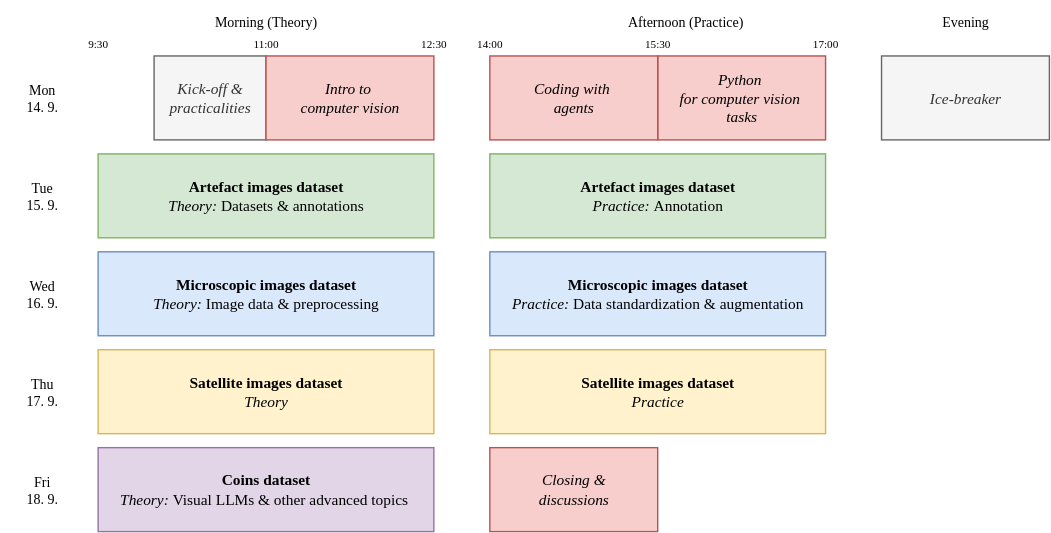
Before: figs/programme.svg, a diagram exported from draw.io (ARUP-CAS/atrium-school-ml). Source tidied: cells renumbered, new cells last; positions are measured from the earlier drawing's top-left corner, leaving out a move shared by most shapes.
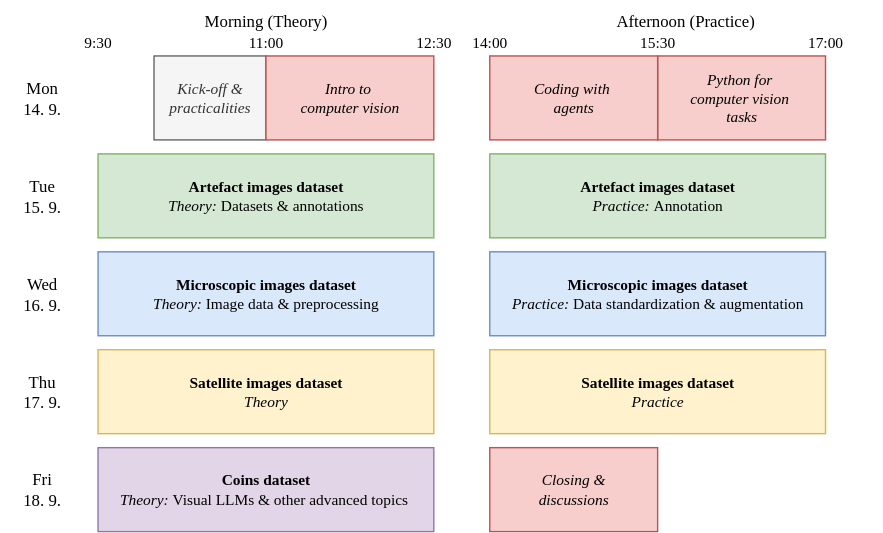
The same file after the commit.

Commit message:
Update programme, cahnge font

Change to the diagram source:
```diff
@@ -2,61 +2,55 @@
   <root>
     <mxCell id="0" />
     <mxCell id="1" parent="0" />
-    <mxCell id="2" value="Tue&lt;br style=&quot;font-size: 10px;&quot;&gt;15. 9." style="text;html=1;strokeColor=none;fillColor=none;align=center;verticalAlign=middle;whiteSpace=wrap;rounded=0;fontStyle=0;fontFamily=Alegreya sans;fontSize=10;fontSource=https%3A%2F%2Ffonts.googleapis.com%2Fcss%3Ffamily%3DAlegreya%2Bsans;" parent="1" vertex="1">
+    <mxCell id="2" value="Tue&lt;br&gt;15. 9." style="text;html=1;strokeColor=none;fillColor=none;align=center;verticalAlign=middle;whiteSpace=wrap;rounded=0;fontStyle=0;fontFamily=Alegreya sans;fontSize=12;fontSource=https%3A%2F%2Ffonts.googleapis.com%2Fcss%3Ffamily%3DAlegreya%2Bsans;" parent="1" vertex="1">
       <mxGeometry y="110" width="60" height="60" as="geometry" />
     </mxCell>
-    <mxCell id="3" value="Mon&lt;br style=&quot;font-size: 10px;&quot;&gt;14. 9." style="text;html=1;strokeColor=none;fillColor=none;align=center;verticalAlign=middle;whiteSpace=wrap;rounded=0;fontStyle=0;fontFamily=Alegreya sans;fontSize=10;fontSource=https%3A%2F%2Ffonts.googleapis.com%2Fcss%3Ffamily%3DAlegreya%2Bsans;" parent="1" vertex="1">
+    <mxCell id="3" value="Mon&lt;br&gt;14. 9." style="text;html=1;strokeColor=none;fillColor=none;align=center;verticalAlign=middle;whiteSpace=wrap;rounded=0;fontStyle=0;fontFamily=Alegreya sans;fontSize=12;fontSource=https%3A%2F%2Ffonts.googleapis.com%2Fcss%3Ffamily%3DAlegreya%2Bsans;" parent="1" vertex="1">
       <mxGeometry y="40" width="60" height="60" as="geometry" />
     </mxCell>
-    <mxCell id="4" value="Wed&lt;br style=&quot;font-size: 10px;&quot;&gt;16. 9." style="text;html=1;strokeColor=none;fillColor=none;align=center;verticalAlign=middle;whiteSpace=wrap;rounded=0;fontStyle=0;fontFamily=Alegreya sans;fontSize=10;fontSource=https%3A%2F%2Ffonts.googleapis.com%2Fcss%3Ffamily%3DAlegreya%2Bsans;" parent="1" vertex="1">
+    <mxCell id="4" value="Wed&lt;br&gt;16. 9." style="text;html=1;strokeColor=none;fillColor=none;align=center;verticalAlign=middle;whiteSpace=wrap;rounded=0;fontStyle=0;fontFamily=Alegreya sans;fontSize=12;fontSource=https%3A%2F%2Ffonts.googleapis.com%2Fcss%3Ffamily%3DAlegreya%2Bsans;" parent="1" vertex="1">
       <mxGeometry y="180" width="60" height="60" as="geometry" />
     </mxCell>
-    <mxCell id="5" value="Thu&lt;br style=&quot;font-size: 10px;&quot;&gt;17. 9." style="text;html=1;strokeColor=none;fillColor=none;align=center;verticalAlign=middle;whiteSpace=wrap;rounded=0;fontStyle=0;fontFamily=Alegreya sans;fontSize=10;fontSource=https%3A%2F%2Ffonts.googleapis.com%2Fcss%3Ffamily%3DAlegreya%2Bsans;" parent="1" vertex="1">
+    <mxCell id="5" value="Thu&lt;br&gt;17. 9." style="text;html=1;strokeColor=none;fillColor=none;align=center;verticalAlign=middle;whiteSpace=wrap;rounded=0;fontStyle=0;fontFamily=Alegreya sans;fontSize=12;fontSource=https%3A%2F%2Ffonts.googleapis.com%2Fcss%3Ffamily%3DAlegreya%2Bsans;" parent="1" vertex="1">
       <mxGeometry y="250" width="60" height="60" as="geometry" />
     </mxCell>
-    <mxCell id="6" value="Fri&lt;br style=&quot;font-size: 10px;&quot;&gt;18. 9." style="text;html=1;strokeColor=none;fillColor=none;align=center;verticalAlign=middle;whiteSpace=wrap;rounded=0;fontStyle=0;fontFamily=Alegreya sans;fontSize=10;fontSource=https%3A%2F%2Ffonts.googleapis.com%2Fcss%3Ffamily%3DAlegreya%2Bsans;" parent="1" vertex="1">
+    <mxCell id="6" value="Fri&lt;br&gt;18. 9." style="text;html=1;strokeColor=none;fillColor=none;align=center;verticalAlign=middle;whiteSpace=wrap;rounded=0;fontStyle=0;fontFamily=Alegreya sans;fontSize=12;fontSource=https%3A%2F%2Ffonts.googleapis.com%2Fcss%3Ffamily%3DAlegreya%2Bsans;" parent="1" vertex="1">
       <mxGeometry y="320" width="60" height="60" as="geometry" />
     </mxCell>
-    <mxCell id="7" value="Morning (Theory)" style="text;html=1;strokeColor=none;fillColor=none;align=center;verticalAlign=middle;whiteSpace=wrap;rounded=0;fontFamily=Alegreya sans;fontStyle=0;fontSize=10;fontSource=https%3A%2F%2Ffonts.googleapis.com%2Fcss%3Ffamily%3DAlegreya%2Bsans;" parent="1" vertex="1">
+    <mxCell id="7" value="Morning (Theory)" style="text;html=1;strokeColor=none;fillColor=none;align=center;verticalAlign=middle;whiteSpace=wrap;rounded=0;fontFamily=Alegreya sans;fontStyle=0;fontSize=12;fontSource=https%3A%2F%2Ffonts.googleapis.com%2Fcss%3Ffamily%3DAlegreya%2Bsans;" parent="1" vertex="1">
       <mxGeometry x="70" width="240" height="30" as="geometry" />
     </mxCell>
-    <mxCell id="8" value="Afternoon (Practice)" style="text;html=1;strokeColor=none;fillColor=none;align=center;verticalAlign=middle;whiteSpace=wrap;rounded=0;fontFamily=Alegreya sans;fontSize=10;fontSource=https%3A%2F%2Ffonts.googleapis.com%2Fcss%3Ffamily%3DAlegreya%2Bsans;" parent="1" vertex="1">
+    <mxCell id="8" value="Afternoon (Practice)" style="text;html=1;strokeColor=none;fillColor=none;align=center;verticalAlign=middle;whiteSpace=wrap;rounded=0;fontFamily=Alegreya sans;fontSize=12;fontSource=https%3A%2F%2Ffonts.googleapis.com%2Fcss%3Ffamily%3DAlegreya%2Bsans;" parent="1" vertex="1">
       <mxGeometry x="350" width="280" height="30" as="geometry" />
     </mxCell>
-    <mxCell id="9" value="Evening" style="text;html=1;strokeColor=none;fillColor=none;align=center;verticalAlign=middle;whiteSpace=wrap;rounded=0;fontFamily=Alegreya sans;fontSize=10;fontSource=https%3A%2F%2Ffonts.googleapis.com%2Fcss%3Ffamily%3DAlegreya%2Bsans;" parent="1" vertex="1">
-      <mxGeometry x="630" width="120" height="30" as="geometry" />
-    </mxCell>
     <mxCell id="10" value="Kick-off &amp;amp; practicalities" style="rounded=0;whiteSpace=wrap;html=1;fillColor=#f5f5f5;strokeColor=#666666;fontFamily=Alegreya sans;fontSize=11;fontColor=#333333;fontSource=https%3A%2F%2Ffonts.googleapis.com%2Fcss%3Ffamily%3DAlegreya%2Bsans;fontStyle=2;" parent="1" vertex="1">
       <mxGeometry x="110" y="40" width="80" height="60" as="geometry" />
     </mxCell>
-    <mxCell id="11" value="Ice-breaker" style="rounded=0;whiteSpace=wrap;html=1;fillColor=#f5f5f5;strokeColor=#666666;fontFamily=Alegreya sans;fontSize=11;fontColor=#333333;fontSource=https%3A%2F%2Ffonts.googleapis.com%2Fcss%3Ffamily%3DAlegreya%2Bsans;fontStyle=2;" parent="1" vertex="1">
-      <mxGeometry x="630" y="40" width="120" height="60" as="geometry" />
-    </mxCell>
     <mxCell id="12" value="Closing &amp;amp;&lt;br&gt;discussions" style="rounded=0;whiteSpace=wrap;html=1;fontFamily=Alegreya sans;fontSize=11;fillColor=#f8cecc;strokeColor=#b85450;fontSource=https%3A%2F%2Ffonts.googleapis.com%2Fcss%3Ffamily%3DAlegreya%2Bsans;fontStyle=2;" parent="1" vertex="1">
       <mxGeometry x="350" y="320" width="120" height="60" as="geometry" />
     </mxCell>
-    <mxCell id="13" value="&lt;font style=&quot;font-size: 8px;&quot;&gt;9:30&lt;/font&gt;" style="text;html=1;strokeColor=none;fillColor=none;align=center;verticalAlign=middle;whiteSpace=wrap;rounded=0;fontFamily=Alegreya sans;fontSource=https%3A%2F%2Ffonts.googleapis.com%2Fcss%3Ffamily%3DAlegreya%2Bsans;" parent="1" vertex="1">
+    <mxCell id="13" value="&lt;font&gt;9:30&lt;/font&gt;" style="text;html=1;strokeColor=none;fillColor=none;align=center;verticalAlign=middle;whiteSpace=wrap;rounded=0;fontFamily=Alegreya sans;fontSource=https%3A%2F%2Ffonts.googleapis.com%2Fcss%3Ffamily%3DAlegreya%2Bsans;fontSize=11;" parent="1" vertex="1">
       <mxGeometry x="50" y="20" width="40" height="20" as="geometry" />
     </mxCell>
-    <mxCell id="14" value="&lt;font style=&quot;font-size: 8px;&quot;&gt;14:00&lt;/font&gt;" style="text;html=1;strokeColor=none;fillColor=none;align=center;verticalAlign=middle;whiteSpace=wrap;rounded=0;fontFamily=Alegreya sans;fontSource=https%3A%2F%2Ffonts.googleapis.com%2Fcss%3Ffamily%3DAlegreya%2Bsans;" parent="1" vertex="1">
+    <mxCell id="14" value="&lt;font&gt;14:00&lt;/font&gt;" style="text;html=1;strokeColor=none;fillColor=none;align=center;verticalAlign=middle;whiteSpace=wrap;rounded=0;fontFamily=Alegreya sans;fontSource=https%3A%2F%2Ffonts.googleapis.com%2Fcss%3Ffamily%3DAlegreya%2Bsans;fontSize=11;" parent="1" vertex="1">
       <mxGeometry x="330" y="20" width="40" height="20" as="geometry" />
     </mxCell>
-    <mxCell id="15" value="&lt;font style=&quot;font-size: 8px;&quot;&gt;12:30&lt;/font&gt;" style="text;html=1;strokeColor=none;fillColor=none;align=center;verticalAlign=middle;whiteSpace=wrap;rounded=0;fontFamily=Alegreya sans;fontSource=https%3A%2F%2Ffonts.googleapis.com%2Fcss%3Ffamily%3DAlegreya%2Bsans;" parent="1" vertex="1">
+    <mxCell id="15" value="&lt;font&gt;12:30&lt;/font&gt;" style="text;html=1;strokeColor=none;fillColor=none;align=center;verticalAlign=middle;whiteSpace=wrap;rounded=0;fontFamily=Alegreya sans;fontSource=https%3A%2F%2Ffonts.googleapis.com%2Fcss%3Ffamily%3DAlegreya%2Bsans;fontSize=11;" parent="1" vertex="1">
       <mxGeometry x="290" y="20" width="40" height="20" as="geometry" />
     </mxCell>
-    <mxCell id="16" value="&lt;font style=&quot;font-size: 8px;&quot;&gt;11:00&lt;/font&gt;" style="text;html=1;strokeColor=none;fillColor=none;align=center;verticalAlign=middle;whiteSpace=wrap;rounded=0;fontFamily=Alegreya sans;fontSource=https%3A%2F%2Ffonts.googleapis.com%2Fcss%3Ffamily%3DAlegreya%2Bsans;" parent="1" vertex="1">
+    <mxCell id="16" value="&lt;font&gt;11:00&lt;/font&gt;" style="text;html=1;strokeColor=none;fillColor=none;align=center;verticalAlign=middle;whiteSpace=wrap;rounded=0;fontFamily=Alegreya sans;fontSource=https%3A%2F%2Ffonts.googleapis.com%2Fcss%3Ffamily%3DAlegreya%2Bsans;fontSize=11;" parent="1" vertex="1">
       <mxGeometry x="170" y="20" width="40" height="20" as="geometry" />
     </mxCell>
-    <mxCell id="17" value="&lt;font style=&quot;font-size: 8px;&quot;&gt;15:30&lt;/font&gt;" style="text;html=1;strokeColor=none;fillColor=none;align=center;verticalAlign=middle;whiteSpace=wrap;rounded=0;fontFamily=Alegreya sans;fontSource=https%3A%2F%2Ffonts.googleapis.com%2Fcss%3Ffamily%3DAlegreya%2Bsans;" parent="1" vertex="1">
+    <mxCell id="17" value="&lt;font&gt;15:30&lt;/font&gt;" style="text;html=1;strokeColor=none;fillColor=none;align=center;verticalAlign=middle;whiteSpace=wrap;rounded=0;fontFamily=Alegreya sans;fontSource=https%3A%2F%2Ffonts.googleapis.com%2Fcss%3Ffamily%3DAlegreya%2Bsans;fontSize=11;" parent="1" vertex="1">
       <mxGeometry x="450" y="20" width="40" height="20" as="geometry" />
     </mxCell>
-    <mxCell id="18" value="&lt;font style=&quot;font-size: 8px;&quot;&gt;17:00&lt;/font&gt;" style="text;html=1;strokeColor=none;fillColor=none;align=center;verticalAlign=middle;whiteSpace=wrap;rounded=0;fontFamily=Alegreya sans;fontSource=https%3A%2F%2Ffonts.googleapis.com%2Fcss%3Ffamily%3DAlegreya%2Bsans;" parent="1" vertex="1">
+    <mxCell id="18" value="&lt;font&gt;17:00&lt;/font&gt;" style="text;html=1;strokeColor=none;fillColor=none;align=center;verticalAlign=middle;whiteSpace=wrap;rounded=0;fontFamily=Alegreya sans;fontSource=https%3A%2F%2Ffonts.googleapis.com%2Fcss%3Ffamily%3DAlegreya%2Bsans;fontSize=11;" parent="1" vertex="1">
       <mxGeometry x="570" y="20" width="40" height="20" as="geometry" />
     </mxCell>
     <mxCell id="19" value="&lt;b&gt;Artefact images dataset&lt;br&gt;&lt;/b&gt;&lt;i&gt;Practice: &lt;/i&gt;Annotation" style="rounded=0;whiteSpace=wrap;html=1;fillColor=#d5e8d4;strokeColor=#82b366;fontFamily=Alegreya sans;fontSize=11;fontSource=https%3A%2F%2Ffonts.googleapis.com%2Fcss%3Ffamily%3DAlegreya%2Bsans;" parent="1" vertex="1">
       <mxGeometry x="350" y="110" width="240" height="60" as="geometry" />
     </mxCell>
-    <mxCell id="20" value="Python&amp;nbsp;&lt;br&gt;for&amp;nbsp;computer vision&amp;nbsp;&lt;br&gt;tasks" style="rounded=0;whiteSpace=wrap;html=1;fillColor=#f8cecc;strokeColor=#b85450;fontFamily=Alegreya sans;fontSize=11;fontSource=https%3A%2F%2Ffonts.googleapis.com%2Fcss%3Ffamily%3DAlegreya%2Bsans;fontStyle=2;" parent="1" vertex="1">
+    <mxCell id="20" value="Python for&amp;nbsp;&lt;br&gt;computer vision&amp;nbsp;&lt;br&gt;tasks" style="rounded=0;whiteSpace=wrap;html=1;fillColor=#f8cecc;strokeColor=#b85450;fontFamily=Alegreya sans;fontSize=11;fontSource=https%3A%2F%2Ffonts.googleapis.com%2Fcss%3Ffamily%3DAlegreya%2Bsans;fontStyle=2;" parent="1" vertex="1">
       <mxGeometry x="470" y="40" width="120" height="60" as="geometry" />
     </mxCell>
     <mxCell id="21" value="&lt;b&gt;Coins dataset&lt;br&gt;&lt;/b&gt;&lt;i&gt;Theory:&lt;/i&gt;&lt;b&gt;&amp;nbsp;&lt;/b&gt;Visual LLMs &amp;amp; other advanced topics&amp;nbsp;" style="rounded=0;whiteSpace=wrap;html=1;fontFamily=Alegreya sans;fontSize=11;fillColor=#e1d5e7;strokeColor=#9673a6;fontSource=https%3A%2F%2Ffonts.googleapis.com%2Fcss%3Ffamily%3DAlegreya%2Bsans;" parent="1" vertex="1">
```
